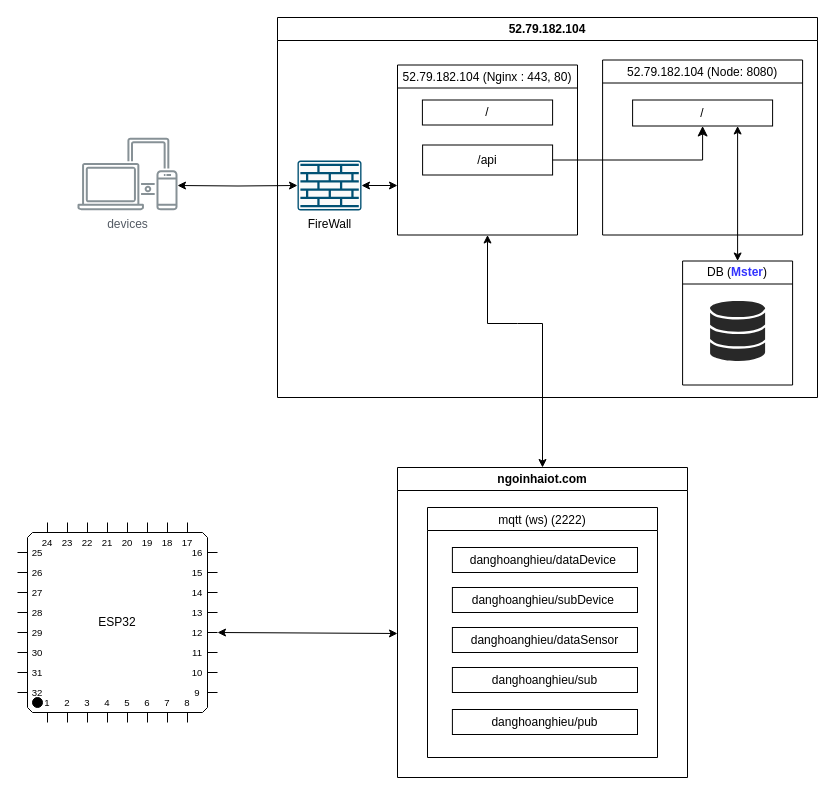
Before: Structure.drawio in LuanPT2/electron, a draw.io diagram. Source tidied: cells renumbered, new cells numbered last; positions are measured from the earlier drawing's top-left corner, leaving out a move shared by most shapes. Both pictures are drawn from the tidied source at 100%, with x=0, y=0 at pixel (17, 17).
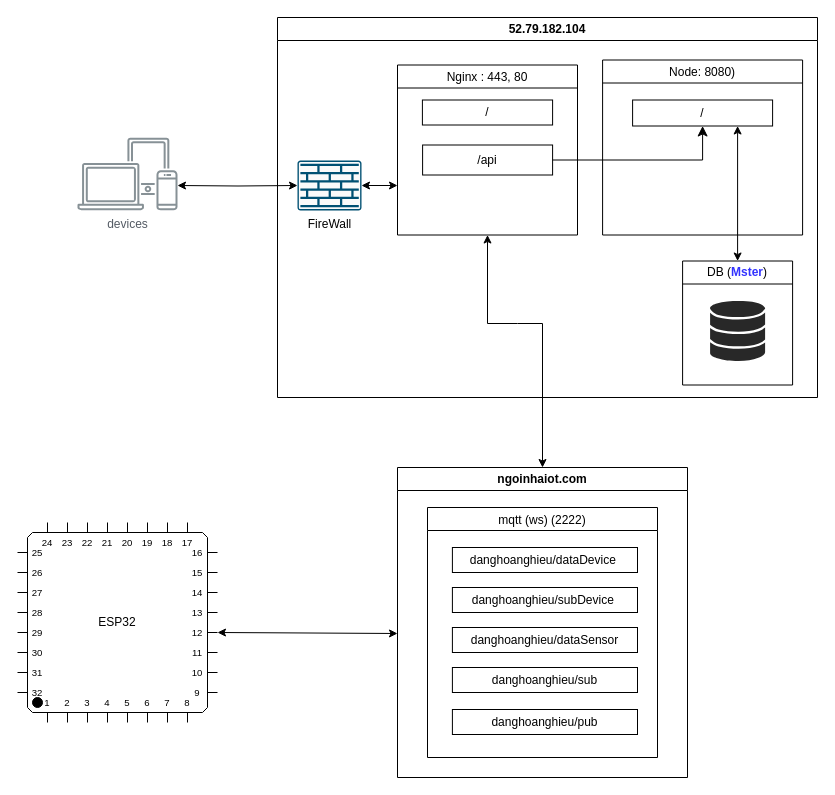
The same diagram, later.

Unchanged cells that the change refers to:
```xml
<mxCell id="6" style="group;" parent="4" vertex="1">
  <mxGeometry x="120" y="42.5" width="405.1" height="325" as="geometry" />
</mxCell>
```

What changed in the source:
```diff
@@
-    <mxCell id="7" value="52.79.182.104 (Node: 8080)" style="swimlane;strokeColor=default;fillColor=default;fontStyle=0;" parent="6" vertex="1">
+    <mxCell id="7" value="Node: 8080)" style="swimlane;strokeColor=default;fillColor=default;fontStyle=0;" parent="6" vertex="1">
       <mxGeometry x="205.1" width="200" height="175" as="geometry" />
     </mxCell>
@@
-    <mxCell id="11" value="52.79.182.104 (Nginx : 443, 80)" style="swimlane;strokeColor=default;fillColor=default;fontStyle=0;" parent="6" vertex="1">
+    <mxCell id="11" value="Nginx : 443, 80" style="swimlane;strokeColor=default;fillColor=default;fontStyle=0;" parent="6" vertex="1">
       <mxGeometry y="5" width="180" height="170" as="geometry" />
     </mxCell>
```
